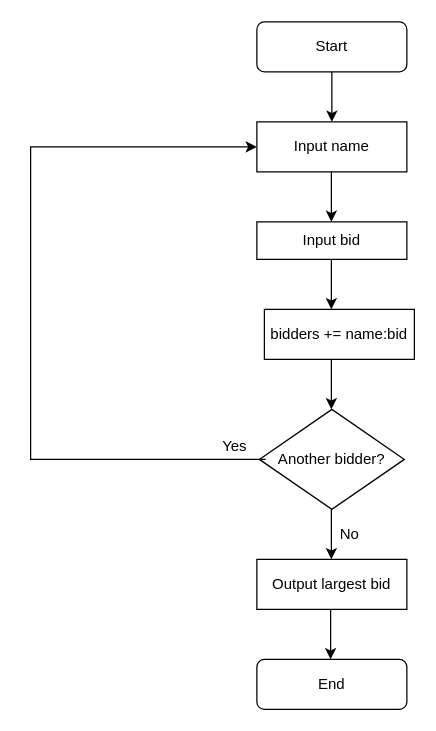
Above: Untitled Diagram.drawio in JumanjiWalker/100daysofpython (draw.io), before the change. Source tidied: cells renumbered, new cells numbered last; positions are measured from the earlier drawing's top-left corner, leaving out a move shared by most shapes. Both pictures are drawn from the tidied source at 125%, with x=0, y=0 at pixel (30, 21).
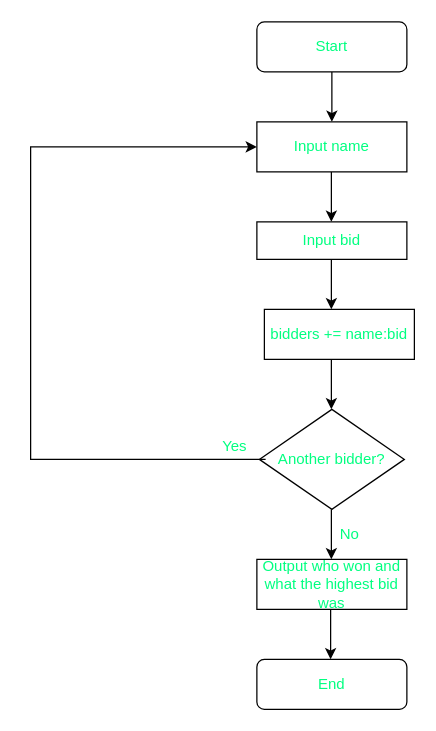
The same page after the edit.

The edit, as a diff of the source:
```diff
@@
-    <mxCell id="2" value="Start" style="rounded=1;whiteSpace=wrap;html=1;fontSize=12;glass=0;strokeWidth=1;shadow=0;" parent="1" vertex="1">
+    <mxCell id="2" value="&lt;font color=&quot;#00ff80&quot;&gt;Start&lt;/font&gt;" style="rounded=1;whiteSpace=wrap;html=1;fontSize=12;glass=0;strokeWidth=1;shadow=0;" parent="1" vertex="1">
       <mxGeometry x="181" width="120" height="40" as="geometry" />
     </mxCell>
@@
-    <mxCell id="4" value="Input name" style="rounded=0;whiteSpace=wrap;html=1;" parent="1" vertex="1">
+    <mxCell id="4" value="&lt;font color=&quot;#00ff80&quot;&gt;Input name&lt;/font&gt;" style="rounded=0;whiteSpace=wrap;html=1;" parent="1" vertex="1">
       <mxGeometry x="181" y="80" width="120" height="40" as="geometry" />
     </mxCell>
@@
-    <mxCell id="6" value="Input bid" style="rounded=0;whiteSpace=wrap;html=1;" parent="1" vertex="1">
+    <mxCell id="6" value="&lt;font color=&quot;#00ff80&quot;&gt;Input bid&lt;/font&gt;" style="rounded=0;whiteSpace=wrap;html=1;" parent="1" vertex="1">
       <mxGeometry x="181" y="160" width="120" height="30" as="geometry" />
     </mxCell>
@@
-    <mxCell id="8" value="Another bidder?" style="rhombus;whiteSpace=wrap;html=1;" parent="1" vertex="1">
+    <mxCell id="8" value="&lt;font color=&quot;#00ff80&quot;&gt;Another bidder?&lt;/font&gt;" style="rhombus;whiteSpace=wrap;html=1;" parent="1" vertex="1">
       <mxGeometry x="183" y="310" width="116" height="80" as="geometry" />
     </mxCell>
@@
-    <mxCell id="10" value="Yes" style="text;html=1;align=center;verticalAlign=middle;fillColor=none;strokeColor=none;rounded=0;" parent="1" vertex="1">
+    <mxCell id="10" value="&lt;font color=&quot;#00ff80&quot;&gt;Yes&lt;/font&gt;" style="text;html=1;align=center;verticalAlign=middle;fillColor=none;strokeColor=none;rounded=0;" parent="1" vertex="1">
       <mxGeometry x="143" y="330" width="40" height="20" as="geometry" />
     </mxCell>
@@
-    <mxCell id="12" value="No" style="text;html=1;align=center;verticalAlign=middle;fillColor=none;strokeColor=none;rounded=0;" parent="1" vertex="1">
+    <mxCell id="12" value="&lt;font color=&quot;#00ff80&quot;&gt;No&lt;/font&gt;" style="text;html=1;align=center;verticalAlign=middle;fillColor=none;strokeColor=none;rounded=0;" parent="1" vertex="1">
       <mxGeometry x="240" y="400" width="30" height="20" as="geometry" />
     </mxCell>
-    <mxCell id="13" value="bidders += name:bid" style="rounded=0;whiteSpace=wrap;html=1;" parent="1" vertex="1">
+    <mxCell id="13" value="&lt;font color=&quot;#00ff80&quot;&gt;bidders += name:bid&lt;/font&gt;" style="rounded=0;whiteSpace=wrap;html=1;" parent="1" vertex="1">
       <mxGeometry x="187" y="230" width="120" height="40" as="geometry" />
     </mxCell>
@@
-    <mxCell id="15" value="Output largest bid" style="rounded=0;whiteSpace=wrap;html=1;" parent="1" vertex="1">
+    <mxCell id="15" value="&lt;font color=&quot;#00ff80&quot;&gt;Output who won and what the highest bid was&lt;/font&gt;" style="rounded=0;whiteSpace=wrap;html=1;" parent="1" vertex="1">
       <mxGeometry x="181" y="430" width="120" height="40" as="geometry" />
     </mxCell>
@@
-    <mxCell id="17" value="End" style="rounded=1;whiteSpace=wrap;html=1;" parent="1" vertex="1">
+    <mxCell id="17" value="&lt;font color=&quot;#00ff80&quot;&gt;End&lt;/font&gt;" style="rounded=1;whiteSpace=wrap;html=1;" parent="1" vertex="1">
       <mxGeometry x="181" y="510" width="120" height="40" as="geometry" />
     </mxCell>
```
